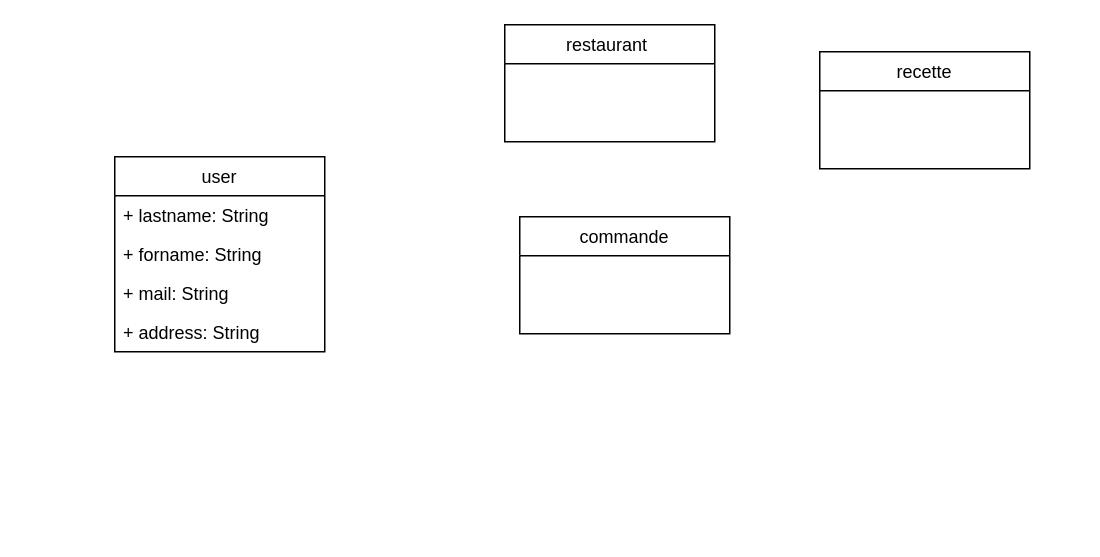
obaconnais/good_food_2.0 keeps this draw.io diagram as good_food_2.0/Untitled Diagram.drawio.xml. Above is the earlier version. Source tidied: cells renumbered, new cells numbered last; positions are measured from the earlier drawing's top-left corner, leaving out a move shared by most shapes. Both pictures are drawn from the tidied source at 150%, with x=0, y=0 at pixel (114, 24).
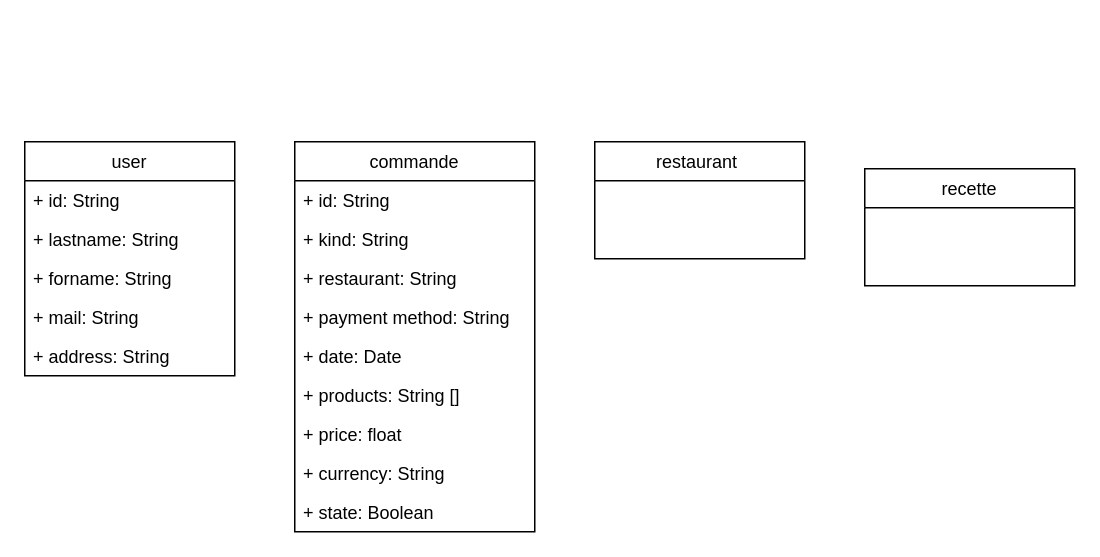
Above is the later version.

Commit message:
Update Database model

Add Commande table

What changed in the source:
```diff
@@
 <mxGraphModel>
   <root>
     <mxCell id="0" />
     <mxCell id="1" parent="0" />
     <mxCell id="2" value="user" style="swimlane;fontStyle=0;horizontal=1;startSize=26;fillColor=none;" parent="1" vertex="1">
-      <mxGeometry y="88" width="140" height="130" as="geometry" />
+      <mxGeometry x="-60" y="78" width="140" height="156" as="geometry" />
     </mxCell>
+    <mxCell id="10" value="+ id: String" style="text;strokeColor=none;fillColor=none;align=left;verticalAlign=top;spacingLeft=4;spacingRight=4;overflow=hidden;" parent="2" vertex="1">
+      <mxGeometry y="26" width="140" height="26" as="geometry" />
+    </mxCell>
     <mxCell id="3" value="+ lastname: String" style="text;strokeColor=none;fillColor=none;align=left;verticalAlign=top;spacingLeft=4;spacingRight=4;overflow=hidden;" parent="2" vertex="1">
-      <mxGeometry y="26" width="140" height="26" as="geometry" />
+      <mxGeometry y="52" width="140" height="26" as="geometry" />
     </mxCell>
     <mxCell id="4" value="+ forname: String" style="text;strokeColor=none;fillColor=none;align=left;verticalAlign=top;spacingLeft=4;spacingRight=4;overflow=hidden;" parent="2" vertex="1">
-      <mxGeometry y="52" width="140" height="26" as="geometry" />
+      <mxGeometry y="78" width="140" height="26" as="geometry" />
     </mxCell>
     <mxCell id="5" value="+ mail: String" style="text;strokeColor=none;fillColor=none;align=left;verticalAlign=top;spacingLeft=4;spacingRight=4;overflow=hidden;" parent="2" vertex="1">
-      <mxGeometry y="78" width="140" height="26" as="geometry" />
+      <mxGeometry y="104" width="140" height="26" as="geometry" />
     </mxCell>
     <mxCell id="6" value="+ address: String" style="text;strokeColor=none;fillColor=none;align=left;verticalAlign=top;spacingLeft=4;spacingRight=4;overflow=hidden;" parent="2" vertex="1">
-      <mxGeometry y="104" width="140" height="26" as="geometry" />
+      <mxGeometry y="130" width="140" height="26" as="geometry" />
     </mxCell>
     <mxCell id="7" value="restaurant " style="swimlane;fontStyle=0;horizontal=1;startSize=26;fillColor=none;" parent="1" vertex="1">
-      <mxGeometry x="260" width="140" height="78" as="geometry" />
+      <mxGeometry x="320" y="78" width="140" height="78" as="geometry" />
     </mxCell>
     <mxCell id="8" value="recette" style="swimlane;fontStyle=0;horizontal=1;startSize=26;fillColor=none;" parent="1" vertex="1">
-      <mxGeometry x="470" y="18" width="140" height="78" as="geometry" />
+      <mxGeometry x="500" y="96" width="140" height="78" as="geometry" />
     </mxCell>
     <mxCell id="9" value="commande" style="swimlane;fontStyle=0;horizontal=1;startSize=26;fillColor=none;" parent="1" vertex="1">
-      <mxGeometry x="270" y="128" width="140" height="78" as="geometry" />
+      <mxGeometry x="120" y="78" width="160" height="260" as="geometry" />
     </mxCell>
+    <mxCell id="11" value="+ id: String" style="text;strokeColor=none;fillColor=none;align=left;verticalAlign=top;spacingLeft=4;spacingRight=4;overflow=hidden;" parent="9" vertex="1">
+      <mxGeometry y="26" width="160" height="26" as="geometry" />
+    </mxCell>
+    <mxCell id="12" value="+ kind: String" style="text;strokeColor=none;fillColor=none;align=left;verticalAlign=top;spacingLeft=4;spacingRight=4;overflow=hidden;" parent="9" vertex="1">
+      <mxGeometry y="52" width="160" height="26" as="geometry" />
+    </mxCell>
+    <mxCell id="13" value="+ restaurant: String" style="text;strokeColor=none;fillColor=none;align=left;verticalAlign=top;spacingLeft=4;spacingRight=4;overflow=hidden;" parent="9" vertex="1">
+      <mxGeometry y="78" width="160" height="26" as="geometry" />
+    </mxCell>
+    <mxCell id="14" value="+ payment method: String" style="text;strokeColor=none;fillColor=none;align=left;verticalAlign=top;spacingLeft=4;spacingRight=4;overflow=hidden;" parent="9" vertex="1">
+      <mxGeometry y="104" width="160" height="26" as="geometry" />
+    </mxCell>
+    <mxCell id="15" value="+ date: Date" style="text;strokeColor=none;fillColor=none;align=left;verticalAlign=top;spacingLeft=4;spacingRight=4;overflow=hidden;" parent="9" vertex="1">
+      <mxGeometry y="130" width="160" height="26" as="geometry" />
+    </mxCell>
+    <mxCell id="16" value="+ products: String []" style="text;strokeColor=none;fillColor=none;align=left;verticalAlign=top;spacingLeft=4;spacingRight=4;overflow=hidden;" parent="9" vertex="1">
+      <mxGeometry y="156" width="160" height="26" as="geometry" />
+    </mxCell>
+    <mxCell id="17" value="+ price: float" style="text;strokeColor=none;fillColor=none;align=left;verticalAlign=top;spacingLeft=4;spacingRight=4;overflow=hidden;" parent="9" vertex="1">
+      <mxGeometry y="182" width="160" height="26" as="geometry" />
+    </mxCell>
+    <mxCell id="18" value="+ currency: String" style="text;strokeColor=none;fillColor=none;align=left;verticalAlign=top;spacingLeft=4;spacingRight=4;overflow=hidden;" parent="9" vertex="1">
+      <mxGeometry y="208" width="160" height="26" as="geometry" />
+    </mxCell>
+    <mxCell id="19" value="+ state: Boolean" style="text;strokeColor=none;fillColor=none;align=left;verticalAlign=top;spacingLeft=4;spacingRight=4;overflow=hidden;" parent="9" vertex="1">
+      <mxGeometry y="234" width="160" height="26" as="geometry" />
+    </mxCell>
   </root>
 </mxGraphModel>
```
